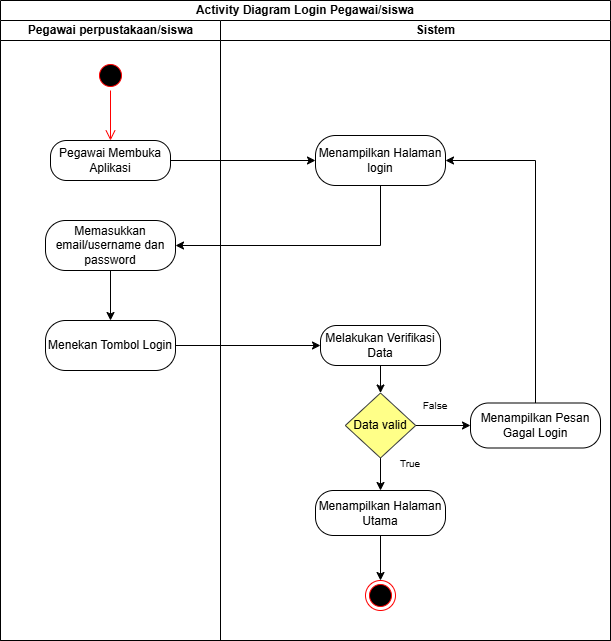
Earlier version of the draw.io export Gambar diagram/Use case-Activity Login .drawio.png (DikiDrim/FileSkripsi). Source tidied: cells renumbered, new cells last; positions are measured from the earlier drawing's top-left corner, leaving out a move shared by most shapes. The source it was exported from:
```xml
<mxGraphModel>
  <root>
    <mxCell id="0" />
    <mxCell id="1" parent="0" />
    <mxCell id="2" value="Activity Diagram &lt;span style=&quot;&quot;&gt;Login Pegawai/siswa&lt;/span&gt;" style="swimlane;html=1;startSize=20;whiteSpace=wrap;" parent="1" vertex="1">
      <mxGeometry width="610" height="640" as="geometry" />
    </mxCell>
    <mxCell id="3" value="Pegawai perpustakaan/siswa" style="swimlane;html=1;startSize=20;" parent="2" vertex="1">
      <mxGeometry y="20" width="220" height="620" as="geometry" />
    </mxCell>
    <mxCell id="4" value="Pegawai Membuka Aplikasi" style="rounded=1;whiteSpace=wrap;html=1;arcSize=40;" parent="3" vertex="1">
      <mxGeometry x="50" y="120" width="120" height="40" as="geometry" />
    </mxCell>
    <mxCell id="5" style="ellipse;html=1;shape=startState;fillColor=#000000;strokeColor=#ff0000;" parent="3" vertex="1">
      <mxGeometry x="95" y="40" width="30" height="30" as="geometry" />
    </mxCell>
    <mxCell id="6" style="edgeStyle=orthogonalEdgeStyle;html=1;verticalAlign=bottom;endArrow=open;endSize=8;strokeColor=#ff0000;rounded=0;entryX=0.5;entryY=0;entryDx=0;entryDy=0;" parent="3" edge="1" source="5" target="4">
      <mxGeometry relative="1" as="geometry" />
    </mxCell>
    <mxCell id="7" style="rounded=0;jettySize=auto;html=1;exitX=0.5;exitY=1;exitDx=0;exitDy=0;entryX=0.5;entryY=0;entryDx=0;entryDy=0;" parent="3" edge="1" source="8" target="9">
      <mxGeometry relative="1" as="geometry" />
    </mxCell>
    <mxCell id="8" value="Memasukkan email/username dan password" style="rounded=1;whiteSpace=wrap;html=1;arcSize=40;" parent="3" vertex="1">
      <mxGeometry x="45" y="200" width="130" height="50" as="geometry" />
    </mxCell>
    <mxCell id="9" value="Menekan Tombol Login" style="rounded=1;whiteSpace=wrap;html=1;arcSize=40;" parent="3" vertex="1">
      <mxGeometry x="45" y="300" width="130" height="50" as="geometry" />
    </mxCell>
    <mxCell id="10" value="&lt;blockquote style=&quot;margin: 0 0 0 40px; border: none; padding: 0px;&quot;&gt;Sistem&lt;/blockquote&gt;" style="swimlane;html=1;startSize=20;swimlaneLine=1;" parent="2" vertex="1">
      <mxGeometry x="220" y="20" width="390" height="620" as="geometry" />
    </mxCell>
    <mxCell id="11" style="edgeStyle=orthogonalEdgeStyle;rounded=0;jettySize=auto;html=1;exitX=0.5;exitY=1;exitDx=0;exitDy=0;entryX=0.5;entryY=0;entryDx=0;entryDy=0;" parent="10" edge="1" source="12" target="19">
      <mxGeometry relative="1" as="geometry" />
    </mxCell>
    <mxCell id="12" value="Melakukan Verifikasi Data" style="rounded=1;whiteSpace=wrap;html=1;arcSize=40;" parent="10" vertex="1">
      <mxGeometry x="100" y="305" width="120" height="40" as="geometry" />
    </mxCell>
    <mxCell id="13" style="ellipse;html=1;shape=endState;fillColor=#000000;strokeColor=#ff0000;" parent="10" vertex="1">
      <mxGeometry x="145" y="560" width="30" height="30" as="geometry" />
    </mxCell>
    <mxCell id="14" value="Menampilkan Halaman login" style="rounded=1;whiteSpace=wrap;html=1;arcSize=40;" parent="10" vertex="1">
      <mxGeometry x="95" y="115" width="130" height="50" as="geometry" />
    </mxCell>
    <mxCell id="15" style="edgeStyle=orthogonalEdgeStyle;rounded=0;jettySize=auto;html=1;exitX=0.5;exitY=0;exitDx=0;exitDy=0;entryX=1;entryY=0.5;entryDx=0;entryDy=0;" parent="10" edge="1" source="16" target="14">
      <mxGeometry relative="1" as="geometry" />
    </mxCell>
    <mxCell id="16" value="Menampilkan Pesan Gagal Login" style="rounded=1;whiteSpace=wrap;html=1;arcSize=40;" parent="10" vertex="1">
      <mxGeometry x="250" y="382.5" width="130" height="45" as="geometry" />
    </mxCell>
    <mxCell id="17" style="rounded=0;jettySize=auto;html=1;exitX=1;exitY=0.5;exitDx=0;exitDy=0;entryX=0;entryY=0.5;entryDx=0;entryDy=0;" parent="10" edge="1" source="19" target="16">
      <mxGeometry relative="1" as="geometry" />
    </mxCell>
    <mxCell id="18" style="edgeStyle=orthogonalEdgeStyle;rounded=0;jettySize=auto;html=1;exitX=0.5;exitY=1;exitDx=0;exitDy=0;entryX=0.5;entryY=0;entryDx=0;entryDy=0;" parent="10" edge="1" source="19" target="22">
      <mxGeometry relative="1" as="geometry" />
    </mxCell>
    <mxCell id="19" value="Data valid" style="rhombus;whiteSpace=wrap;html=1;fillColor=#ffff88;strokeColor=#36393d;" parent="10" vertex="1">
      <mxGeometry x="124.8" y="372.5" width="70.4" height="65" as="geometry" />
    </mxCell>
    <mxCell id="20" value="&lt;font style=&quot;font-size: 10px;&quot;&gt;False&lt;/font&gt;" style="text;html=1;whiteSpace=wrap;strokeColor=none;fillColor=none;align=center;verticalAlign=middle;rounded=0;" parent="10" vertex="1">
      <mxGeometry x="185" y="370" width="60" height="30" as="geometry" />
    </mxCell>
    <mxCell id="21" style="edgeStyle=orthogonalEdgeStyle;rounded=0;jettySize=auto;html=1;exitX=0.5;exitY=1;exitDx=0;exitDy=0;entryX=0.5;entryY=0;entryDx=0;entryDy=0;" parent="10" edge="1" source="22" target="13">
      <mxGeometry relative="1" as="geometry" />
    </mxCell>
    <mxCell id="22" value="Menampilkan Halaman Utama" style="rounded=1;whiteSpace=wrap;html=1;arcSize=40;" parent="10" vertex="1">
      <mxGeometry x="95" y="470" width="130" height="45" as="geometry" />
    </mxCell>
    <mxCell id="23" value="&lt;span style=&quot;font-size: 10px;&quot;&gt;True&lt;/span&gt;" style="text;html=1;whiteSpace=wrap;strokeColor=none;fillColor=none;align=center;verticalAlign=middle;rounded=0;" parent="10" vertex="1">
      <mxGeometry x="160" y="427.5" width="60" height="30" as="geometry" />
    </mxCell>
    <mxCell id="24" style="rounded=0;jettySize=auto;html=1;exitX=1;exitY=0.5;exitDx=0;exitDy=0;entryX=0;entryY=0.5;entryDx=0;entryDy=0;" parent="2" edge="1" source="4" target="14">
      <mxGeometry relative="1" as="geometry" />
    </mxCell>
    <mxCell id="25" style="edgeStyle=orthogonalEdgeStyle;rounded=0;jettySize=auto;html=1;exitX=0.5;exitY=1;exitDx=0;exitDy=0;entryX=1;entryY=0.5;entryDx=0;entryDy=0;" parent="2" edge="1" source="14" target="8">
      <mxGeometry relative="1" as="geometry" />
    </mxCell>
    <mxCell id="26" style="rounded=0;jettySize=auto;html=1;exitX=1;exitY=0.5;exitDx=0;exitDy=0;entryX=0;entryY=0.5;entryDx=0;entryDy=0;" parent="2" edge="1" source="9" target="12">
      <mxGeometry relative="1" as="geometry" />
    </mxCell>
  </root>
</mxGraphModel>
```
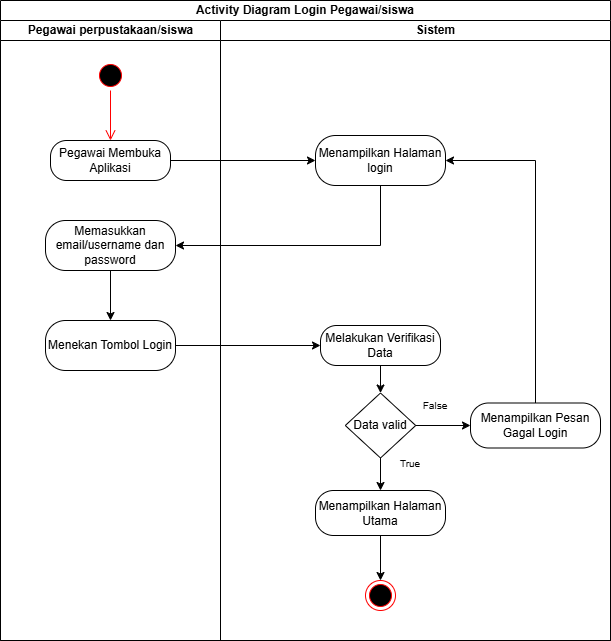
After the change.

The edit, as a diff of the source:
```diff
@@ -53,7 +53,7 @@
     <mxCell id="18" style="edgeStyle=orthogonalEdgeStyle;rounded=0;jettySize=auto;html=1;exitX=0.5;exitY=1;exitDx=0;exitDy=0;entryX=0.5;entryY=0;entryDx=0;entryDy=0;" parent="10" edge="1" source="19" target="22">
       <mxGeometry relative="1" as="geometry" />
     </mxCell>
-    <mxCell id="19" value="Data valid" style="rhombus;whiteSpace=wrap;html=1;fillColor=#ffff88;strokeColor=#36393d;" parent="10" vertex="1">
+    <mxCell id="19" value="Data valid" style="rhombus;whiteSpace=wrap;html=1;" parent="10" vertex="1">
       <mxGeometry x="124.8" y="372.5" width="70.4" height="65" as="geometry" />
     </mxCell>
     <mxCell id="20" value="&lt;font style=&quot;font-size: 10px;&quot;&gt;False&lt;/font&gt;" style="text;html=1;whiteSpace=wrap;strokeColor=none;fillColor=none;align=center;verticalAlign=middle;rounded=0;" parent="10" vertex="1">
```
